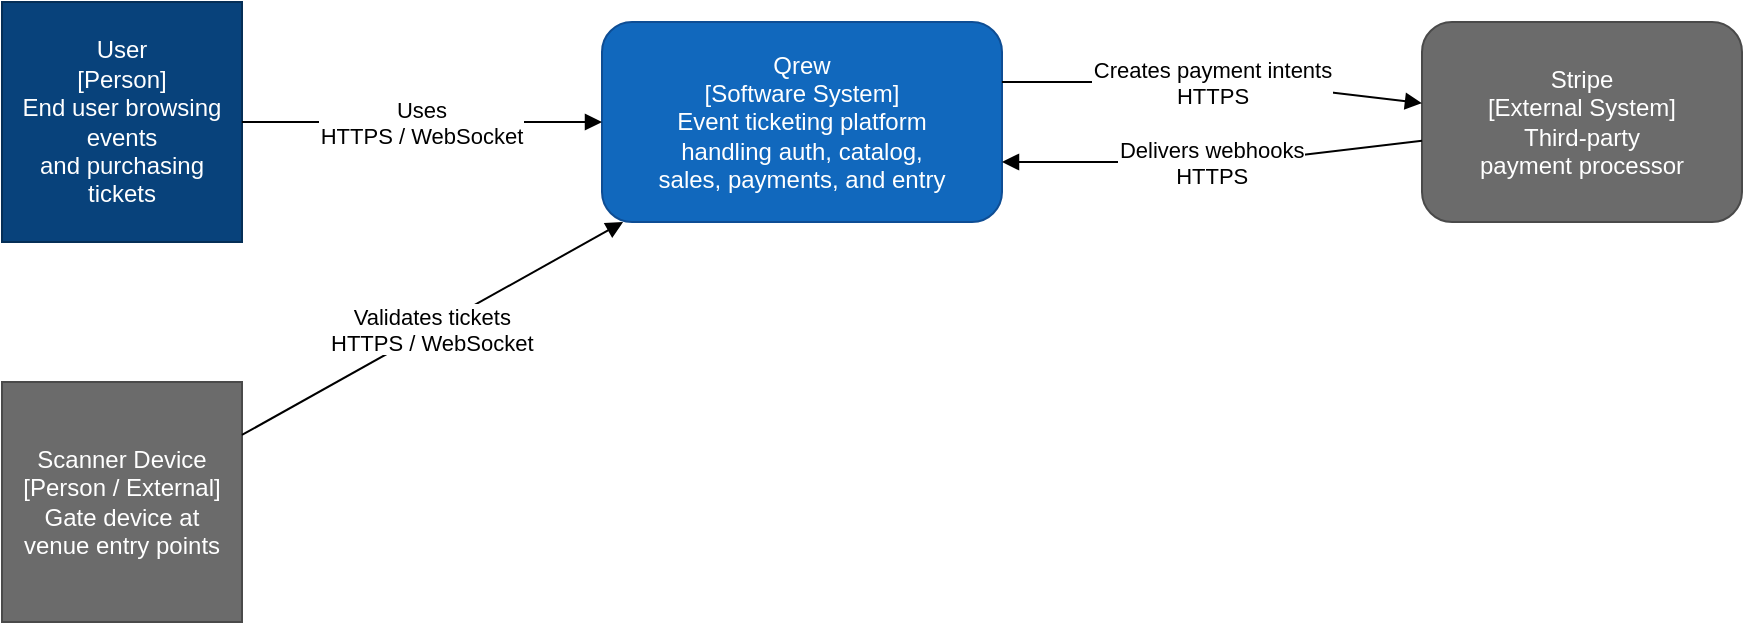
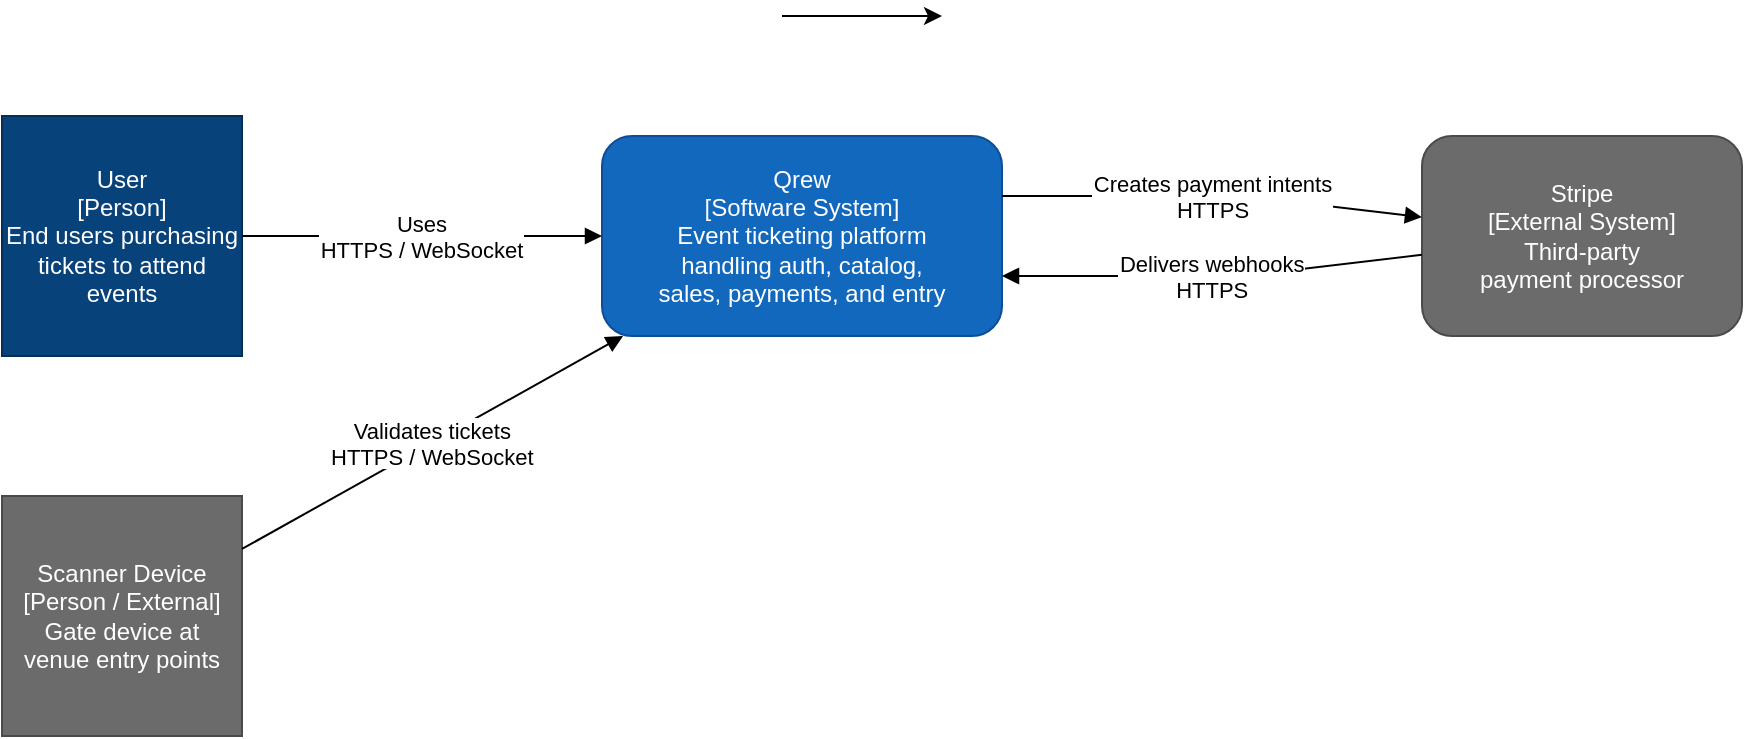
<mxfile host="embed.diagrams.net">
  <diagram name="C4 Level 1 - System Context" id="c4-system-context">
-     <mxGraphModel dx="1010" dy="342" grid="1" gridSize="10" guides="1" tooltips="1" connect="1" arrows="1" fold="1" page="1" pageScale="1" pageWidth="1169" pageHeight="827" math="0" shadow="0">
+     <mxGraphModel dx="909" dy="449" grid="1" gridSize="10" guides="1" tooltips="1" connect="1" arrows="1" fold="1" page="1" pageScale="1" pageWidth="1169" pageHeight="827" math="0" shadow="0">
      <root>
        <mxCell id="0" />
        <mxCell id="1" parent="0" />
-         <mxCell id="2" html="0" parent="1" style="shape=mxgraph.basic.person;whiteSpace=wrap;fillColor=#08427B;fontColor=#ffffff;strokeColor=#052e56;fontSize=12;html=0;" value="User&#xa;[Person]&#xa;End user browsing events&#xa;and purchasing tickets" vertex="1">
+         <mxCell id="2" html="0" parent="1" style="shape=mxgraph.basic.person;whiteSpace=wrap;fillColor=#08427B;fontColor=#ffffff;strokeColor=#052e56;fontSize=12;html=0;" value="User&#xa;[Person]&#xa;End users purchasing tickets to attend events" vertex="1">
          <mxGeometry height="120" width="120" x="80" y="290" as="geometry" />
        </mxCell>
        <mxCell id="3" html="0" parent="1" style="shape=mxgraph.basic.person;whiteSpace=wrap;fillColor=#6b6b6b;fontColor=#ffffff;strokeColor=#4a4a4a;fontSize=12;html=0;" value="Scanner Device&#xa;[Person / External]&#xa;Gate device at&#xa;venue entry points" vertex="1">
          <mxGeometry height="120" width="120" x="80" y="480" as="geometry" />
        </mxCell>
        <mxCell id="4" html="0" parent="1" style="rounded=1;whiteSpace=wrap;fillColor=#1168BD;fontColor=#ffffff;strokeColor=#0e4d94;fontSize=12;html=0;" value="Qrew&#xa;[Software System]&#xa;Event ticketing platform&#xa;handling auth, catalog,&#xa;sales, payments, and entry" vertex="1">
          <mxGeometry height="100" width="200" x="380" y="300" as="geometry" />
        </mxCell>
        <mxCell id="5" html="0" parent="1" style="rounded=1;whiteSpace=wrap;fillColor=#6b6b6b;fontColor=#ffffff;strokeColor=#4a4a4a;fontSize=12;html=0;" value="Stripe&#xa;[External System]&#xa;Third-party&#xa;payment processor" vertex="1">
          <mxGeometry height="100" width="160" x="790" y="300" as="geometry" />
        </mxCell>
        <mxCell id="6" edge="1" html="0" parent="1" source="2" style="endArrow=block;endFill=1;fontSize=11;html=0;" target="4" value="Uses&#xa;HTTPS / WebSocket">
          <mxGeometry relative="1" as="geometry" />
        </mxCell>
        <mxCell id="7" edge="1" html="0" parent="1" source="3" style="endArrow=block;endFill=1;fontSize=11;html=0;" target="4" value="Validates tickets&#xa;HTTPS / WebSocket">
          <mxGeometry relative="1" as="geometry" />
        </mxCell>
        <mxCell id="8" edge="1" html="0" parent="1" source="4" style="endArrow=block;endFill=1;fontSize=11;html=0;" target="5" value="Creates payment intents&#xa;HTTPS">
          <mxGeometry relative="1" as="geometry">
            <Array as="points">
              <mxPoint x="580" y="330" />
              <mxPoint x="700" y="330" />
            </Array>
          </mxGeometry>
        </mxCell>
        <mxCell id="9" edge="1" html="0" parent="1" source="5" style="endArrow=block;endFill=1;fontSize=11;html=0;" target="4" value="Delivers webhooks&#xa;HTTPS">
          <mxGeometry relative="1" as="geometry">
            <Array as="points">
              <mxPoint x="700" y="370" />
              <mxPoint x="580" y="370" />
            </Array>
          </mxGeometry>
        </mxCell>
+         <mxCell id="10" edge="1" parent="1" style="edgeStyle=none;orthogonalLoop=1;jettySize=auto;html=1;rounded=0;" value="">
+           <mxGeometry relative="1" width="80" as="geometry">
+             <Array as="points" />
+             <mxPoint x="470" y="240" as="sourcePoint" />
+             <mxPoint x="550" y="240" as="targetPoint" />
+           </mxGeometry>
+         </mxCell>
      </root>
    </mxGraphModel>
  </diagram>
</mxfile>
